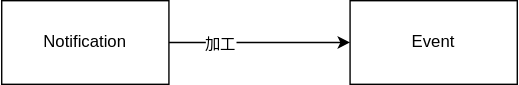
Earlier version of the draw.io export docs/20230529-store.drawio.svg (kijimaD/garbanzo). Source tidied: cells renumbered, new cells last; positions are measured from the earlier drawing's top-left corner, leaving out a move shared by most shapes.
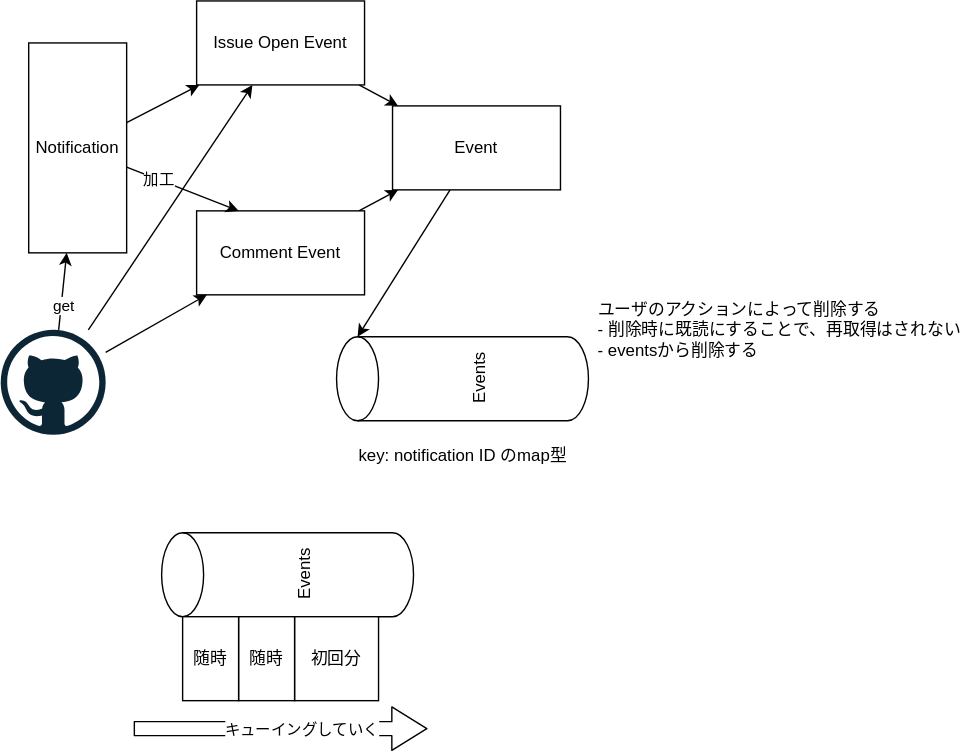
The same diagram one commit later.

Change to the diagram source:
```diff
@@ -2,17 +2,80 @@
   <root>
     <mxCell id="0" />
     <mxCell id="1" parent="0" />
+    <mxCell id="6" style="edgeStyle=none;html=1;" parent="1" edge="1" source="2" target="11">
+      <mxGeometry relative="1" as="geometry" />
+    </mxCell>
-    <mxCell id="2" value="Event" style="whiteSpace=wrap;html=1;" parent="1" vertex="1">
-      <mxGeometry x="250" width="120" height="60" as="geometry" />
+    <mxCell id="2" value="Comment Event" style="whiteSpace=wrap;html=1;" parent="1" vertex="1">
+      <mxGeometry x="120" y="120" width="120" height="60" as="geometry" />
     </mxCell>
-    <mxCell id="3" style="edgeStyle=none;html=1;" parent="1" edge="1" source="5" target="2">
+    <mxCell id="3" style="edgeStyle=none;html=1;entryX=0.25;entryY=0;entryDx=0;entryDy=0;" parent="1" edge="1" source="5" target="2">
       <mxGeometry relative="1" as="geometry" />
     </mxCell>
     <mxCell id="4" value="加工" style="edgeLabel;html=1;align=center;verticalAlign=middle;" parent="3" vertex="1">
       <mxGeometry x="-0.44" relative="1" as="geometry" />
     </mxCell>
+    <mxCell id="7" style="edgeStyle=none;html=1;" parent="1" edge="1" source="5" target="9">
+      <mxGeometry relative="1" as="geometry" />
+    </mxCell>
     <mxCell id="5" value="Notification" style="whiteSpace=wrap;html=1;" parent="1" vertex="1">
-      <mxGeometry width="120" height="60" as="geometry" />
+      <mxGeometry width="70" height="150" as="geometry" />
     </mxCell>
+    <mxCell id="8" style="edgeStyle=none;html=1;" parent="1" edge="1" source="9" target="11">
+      <mxGeometry relative="1" as="geometry" />
+    </mxCell>
+    <mxCell id="9" value="Issue Open Event" style="whiteSpace=wrap;html=1;" parent="1" vertex="1">
+      <mxGeometry x="120" y="-30" width="120" height="60" as="geometry" />
+    </mxCell>
+    <mxCell id="10" style="edgeStyle=none;html=1;entryX=1;entryY=0;entryDx=0;entryDy=15;entryPerimeter=0;" parent="1" edge="1" source="11" target="12">
+      <mxGeometry relative="1" as="geometry" />
+    </mxCell>
+    <mxCell id="11" value="Event" style="whiteSpace=wrap;html=1;" parent="1" vertex="1">
+      <mxGeometry x="260" y="45" width="120" height="60" as="geometry" />
+    </mxCell>
+    <mxCell id="12" value="Events" style="shape=cylinder3;whiteSpace=wrap;html=1;boundedLbl=1;backgroundOutline=1;size=15;rotation=-90;" parent="1" vertex="1">
+      <mxGeometry x="280" y="150" width="60" height="180" as="geometry" />
+    </mxCell>
+    <mxCell id="13" value="key: notification ID のmap型" style="text;html=1;align=center;verticalAlign=middle;strokeColor=none;fillColor=none;" parent="1" vertex="1">
+      <mxGeometry x="225" y="280" width="170" height="30" as="geometry" />
+    </mxCell>
+    <mxCell id="14" value="Events" style="shape=cylinder3;whiteSpace=wrap;html=1;boundedLbl=1;backgroundOutline=1;size=15;rotation=-90;" parent="1" vertex="1">
+      <mxGeometry x="155" y="290" width="60" height="180" as="geometry" />
+    </mxCell>
+    <mxCell id="15" style="edgeStyle=none;html=1;" parent="1" edge="1" source="19" target="5">
+      <mxGeometry relative="1" as="geometry" />
+    </mxCell>
+    <mxCell id="16" value="get" style="edgeLabel;html=1;align=center;verticalAlign=middle;" parent="15" vertex="1">
+      <mxGeometry x="-0.34" y="-1" relative="1" as="geometry" />
+    </mxCell>
+    <mxCell id="17" style="edgeStyle=none;html=1;" parent="1" edge="1" source="19" target="9">
+      <mxGeometry relative="1" as="geometry" />
+    </mxCell>
+    <mxCell id="18" style="edgeStyle=none;html=1;" parent="1" edge="1" source="19" target="2">
+      <mxGeometry relative="1" as="geometry" />
+    </mxCell>
+    <mxCell id="19" style="dashed=0;outlineConnect=0;html=1;align=center;labelPosition=center;verticalLabelPosition=bottom;verticalAlign=top;shape=mxgraph.weblogos.github;" parent="1" vertex="1">
+      <mxGeometry x="-20" y="205" width="75" height="75" as="geometry" />
+    </mxCell>
+    <mxCell id="20" value="ユーザのアクションによって削除する&lt;br&gt;- 削除時に既読にすることで、再取得はされない&lt;br&gt;- eventsから削除する" style="text;html=1;align=left;verticalAlign=middle;strokeColor=none;fillColor=none;" parent="1" vertex="1">
+      <mxGeometry x="405" y="175" width="260" height="60" as="geometry" />
+    </mxCell>
+    <mxCell id="21" value="初回分" style="whiteSpace=wrap;html=1;" parent="1" vertex="1">
+      <mxGeometry x="190" y="410" width="60" height="60" as="geometry" />
+    </mxCell>
+    <mxCell id="22" value="随時" style="whiteSpace=wrap;html=1;" parent="1" vertex="1">
+      <mxGeometry x="150" y="410" width="40" height="60" as="geometry" />
+    </mxCell>
+    <mxCell id="23" value="随時" style="whiteSpace=wrap;html=1;" parent="1" vertex="1">
+      <mxGeometry x="110" y="410" width="40" height="60" as="geometry" />
+    </mxCell>
+    <mxCell id="24" style="edgeStyle=none;orthogonalLoop=1;jettySize=auto;html=1;shape=flexArrow;rounded=1;startSize=8;endSize=8;" parent="1" edge="1">
+      <mxGeometry relative="1" as="geometry">
+        <mxPoint x="75" y="490" as="sourcePoint" />
+        <mxPoint x="285" y="490" as="targetPoint" />
+      </mxGeometry>
+    </mxCell>
+    <mxCell id="25" value="キューイングしていく" style="edgeLabel;html=1;align=center;verticalAlign=middle;" parent="24" vertex="1">
+      <mxGeometry x="0.13" relative="1" as="geometry" />
+    </mxCell>
   </root>
 </mxGraphModel>
```
